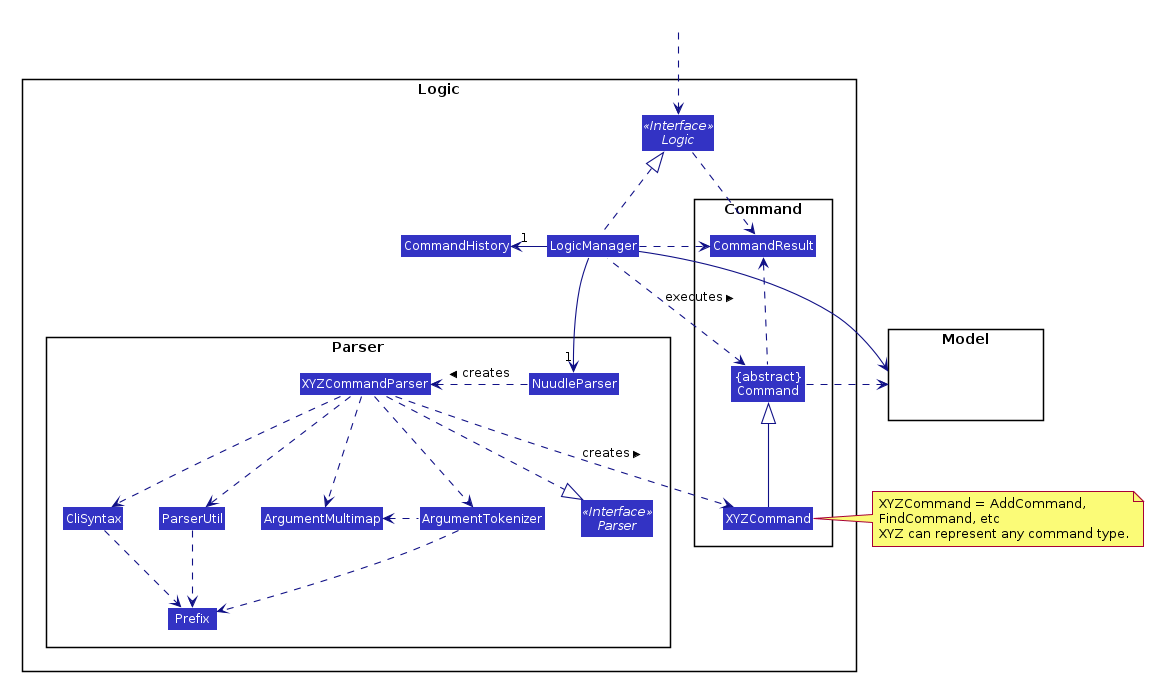
xz0127/tp keeps this PlantUML diagram as docs/images/LogicClassDiagram.png. Above is the earlier version.
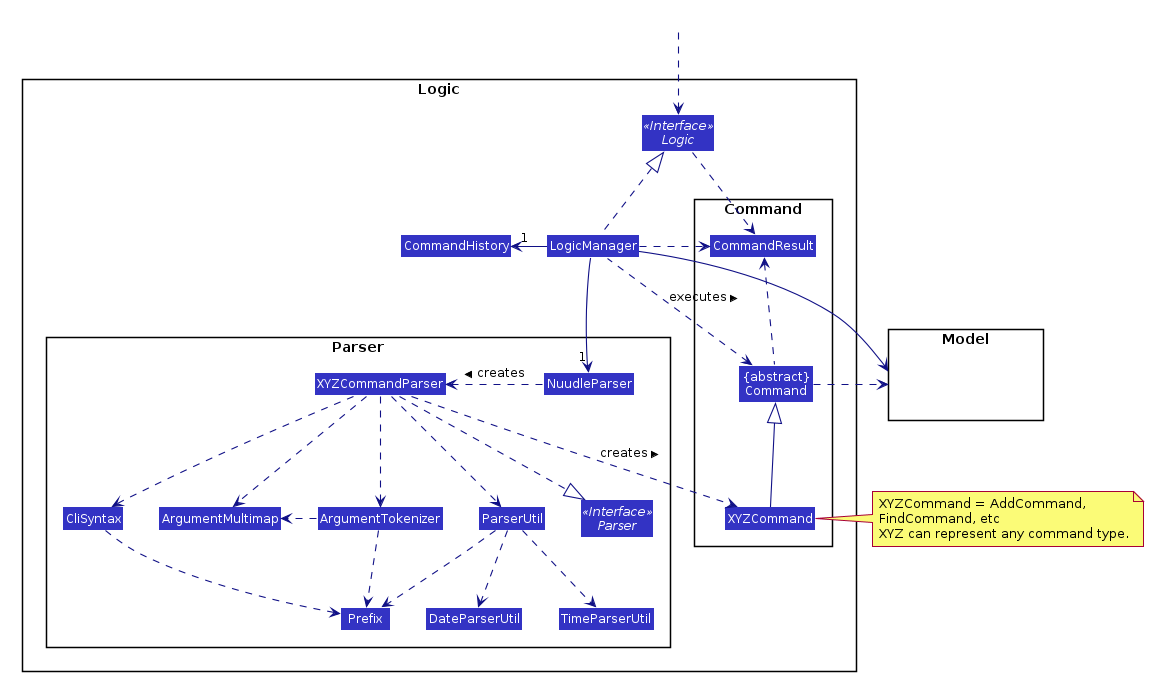
Later version of the same file.

Diff of the diagram source:
```diff
@@ -59,6 +59,8 @@
 Class XYZCommandParser
 Class CliSyntax
 Class ParserUtil
+Class DateParserUtil
+Class TimeParserUtil
 Class ArgumentMultimap
 Class ArgumentTokenizer
 Class Prefix
@@ -91,11 +93,15 @@
 XYZCommandParser ..|> Parser
 XYZCommandParser ..> ArgumentMultimap
 XYZCommandParser ..> ArgumentTokenizer
-ArgumentTokenizer .left.> ArgumentMultimap
+ArgumentTokenizer .right.> ArgumentMultimap
 XYZCommandParser ..> CliSyntax
 CliSyntax ..> Prefix
 XYZCommandParser ..> ParserUtil
 ParserUtil .down.> Prefix
+ParserUtil .down.> DateParserUtil
+ParserUtil .down.> TimeParserUtil
+ArgumentMultimap .left[hidden].> CliSyntax
+ParserUtil .right[hidden].> ArgumentTokenizer
 ArgumentTokenizer .down.> Prefix
 XYZCommand -up-|> Command
 LogicManager .left.> Command : executes >
```
